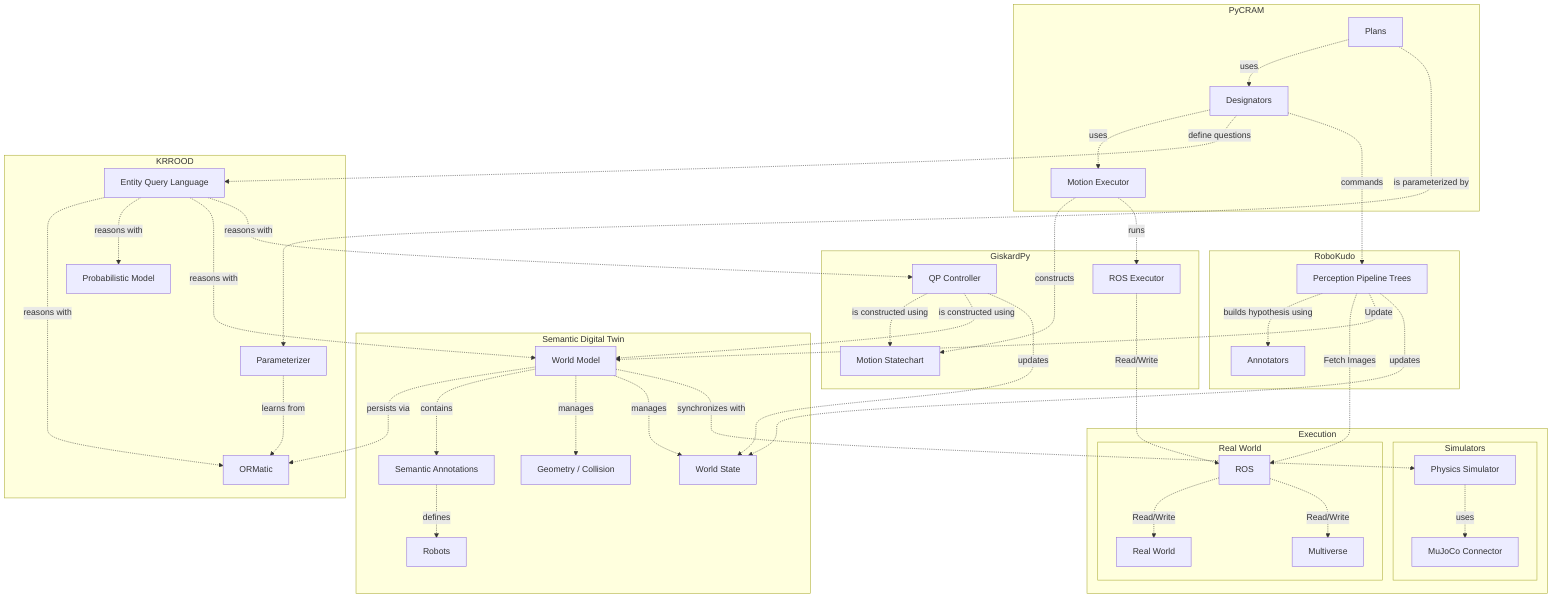
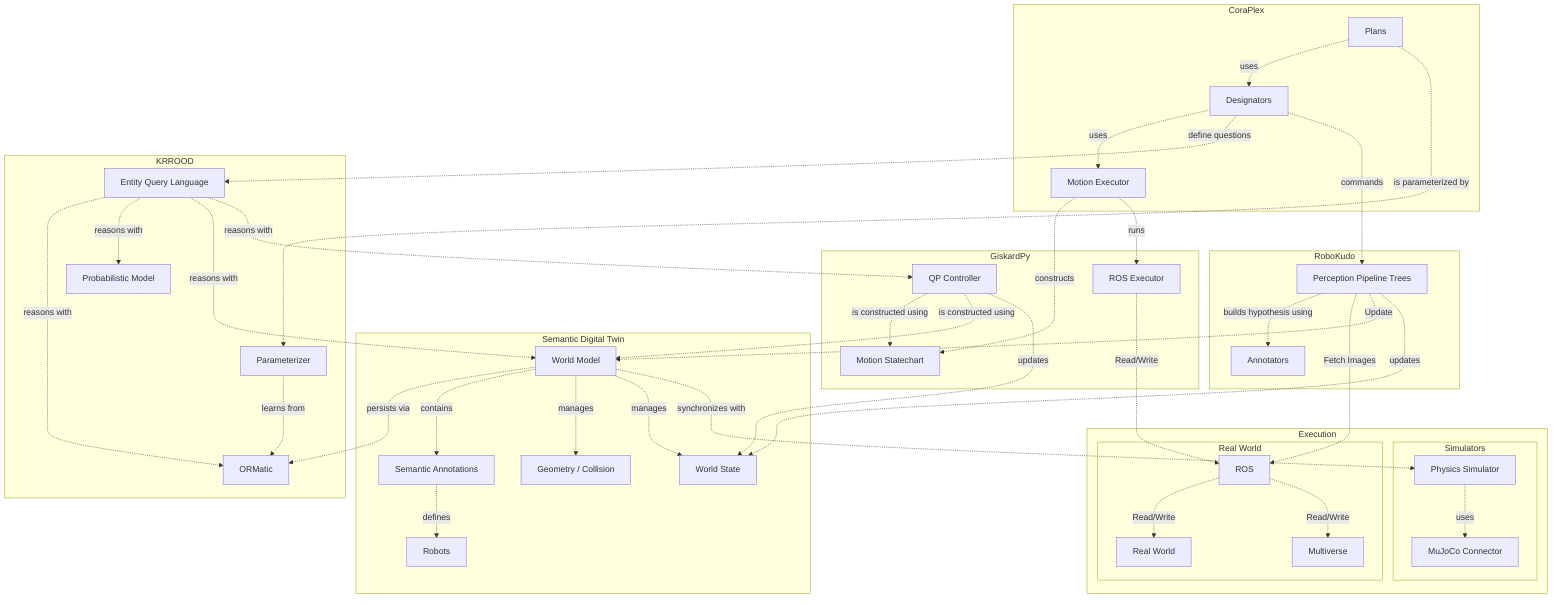
flowchart TD
    subgraph RoboKudo ["RoboKudo"]
        Pipeline[Perception Pipeline Trees]
        Annotators[Annotators]
    end

-     subgraph PyCRAM ["PyCRAM"]
+     subgraph CoraPlex ["CoraPlex"]
        Plans[Plans]
        Designators[Designators]
        MotionExecutor[Motion Executor]
    end

    subgraph SDT ["Semantic Digital Twin"]
        WorldModel[World Model]
        Annotations[Semantic Annotations]
        Geometry[Geometry / Collision]
        WorldState[World State]
        Robots[Robots]
    end

    subgraph GiskardPy ["GiskardPy"]
        Statechart[Motion Statechart]
        QPController[QP Controller]
        RosExecutor[ROS Executor]
    end

    subgraph KRROOD ["KRROOD"]
        EQL[Entity Query Language]
        ORM[ORMatic]
        PM[Probabilistic Model]
        Parameterizer[Parameterizer]
    end

    subgraph Execution ["Execution"]
        subgraph Simulators ["Simulators"]
            MultiSim[Physics Simulator]
            Mujoco[MuJoCo Connector]
        end

        subgraph RealWorld ["Real World"]
            ROS[ROS]
            Multiverse[Multiverse]
            RealWorldNode[Real World]
        end
    end


-     %% PyCRAM Relationships
+     %% CoraPlex Relationships
    Plans -.->|uses| Designators
    Plans -.->|is parameterized by| Parameterizer
    Designators -.->|uses| MotionExecutor
    Designators -.->|define questions| EQL
    Designators -.->|commands| Pipeline

    %% Motion Executor Relationships
    MotionExecutor -.->|constructs| Statechart
    MotionExecutor -.->|runs| RosExecutor

    %% RoboKudo Relationships
    Pipeline -.->|builds hypothesis using| Annotators
    Pipeline -.->|Fetch Images| ROS
    Pipeline -.->|Update| WorldModel
    Pipeline -.->|updates| WorldState

    %% KRROOD Relationships
    Parameterizer -.->|learns from| ORM
    EQL -.->|reasons with| ORM
    EQL -.->|reasons with| PM
    EQL -.->|reasons with| WorldModel
    EQL -.->|reasons with| QPController

    %% Semantic Digital Twin Relationships
    WorldModel -.->|persists via| ORM
    WorldModel -.->|contains| Annotations
    WorldModel -.->|manages| Geometry
    WorldModel -.->|manages| WorldState
    WorldModel -.->|synchronizes with| MultiSim
    Annotations -.->|defines| Robots

    %% GiskardPy Relationships
    QPController -.->|is constructed using| Statechart
    QPController -.->|is constructed using| WorldModel
    QPController -.->|updates| WorldState

    %% Real World Relationships
    RosExecutor -.->|Read/Write| ROS
    ROS -.->|Read/Write| RealWorldNode
    ROS -.->|Read/Write| Multiverse

    %% Simulators Relationships
    MultiSim -.->|uses| Mujoco
